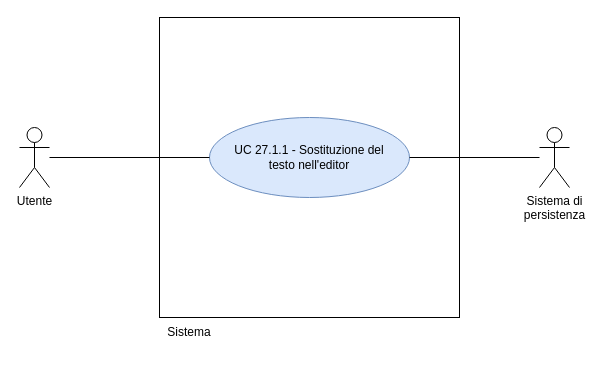
Earlier version of the draw.io diagram RTB/doc_esterna/analisi-dei-requisiti/assets/draw.io/UC27.1.1.drawio (thebitless-group-swe/thebitless.github.io). Source tidied: cells renumbered, new cells numbered last; positions are measured from the earlier drawing's top-left corner, leaving out a move shared by most shapes. Both pictures are drawn from the tidied source at 100%, with x=0, y=0 at pixel (19, 17).
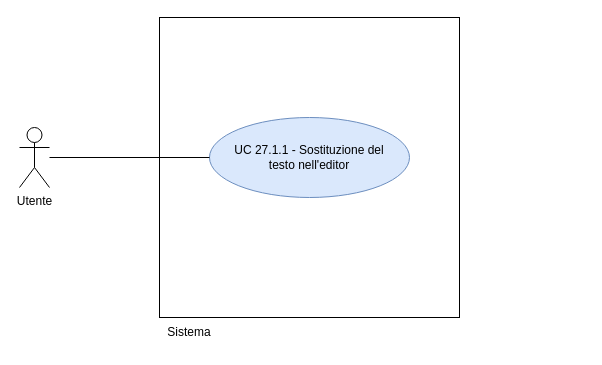
The same diagram, later.

Diff of the diagram source:
```diff
@@
 <mxGraphModel>
   <root>
     <mxCell id="0" />
     <mxCell id="1" parent="0" />
     <mxCell id="2" style="whiteSpace=wrap;html=1;" parent="1" vertex="1">
       <mxGeometry x="140" width="300" height="300" as="geometry" />
     </mxCell>
     <mxCell id="3" value="Sistema" style="text;html=1;whiteSpace=wrap;strokeColor=none;fillColor=none;align=center;verticalAlign=middle;rounded=0;" parent="1" vertex="1">
       <mxGeometry x="140" y="300" width="60" height="30" as="geometry" />
     </mxCell>
     <mxCell id="4" value="Utente" style="shape=umlActor;verticalLabelPosition=bottom;verticalAlign=top;html=1;outlineConnect=0;" parent="1" vertex="1">
       <mxGeometry y="110" width="30" height="60" as="geometry" />
     </mxCell>
-    <mxCell id="5" value="Sistema di&lt;br&gt;persistenza" style="shape=umlActor;verticalLabelPosition=bottom;verticalAlign=top;html=1;outlineConnect=0;" parent="1" vertex="1">
-      <mxGeometry x="520" y="110" width="30" height="60" as="geometry" />
-    </mxCell>
     <mxCell id="6" value="UC 27.1.1 - Sostituzione del&lt;br&gt;testo nell'editor" style="ellipse;whiteSpace=wrap;html=1;fillColor=#dae8fc;strokeColor=#6c8ebf;" parent="1" vertex="1">
       <mxGeometry x="190" y="100" width="200" height="80" as="geometry" />
     </mxCell>
     <mxCell id="7" style="edgeStyle=none;rounded=0;jettySize=auto;html=1;endArrow=none;endFill=0;" parent="1" edge="1" source="4" target="6">
       <mxGeometry relative="1" as="geometry" />
     </mxCell>
-    <mxCell id="8" style="edgeStyle=none;rounded=0;jettySize=auto;html=1;endArrow=none;endFill=0;" parent="1" edge="1" source="5" target="6">
-      <mxGeometry relative="1" as="geometry" />
-    </mxCell>
   </root>
 </mxGraphModel>
```
